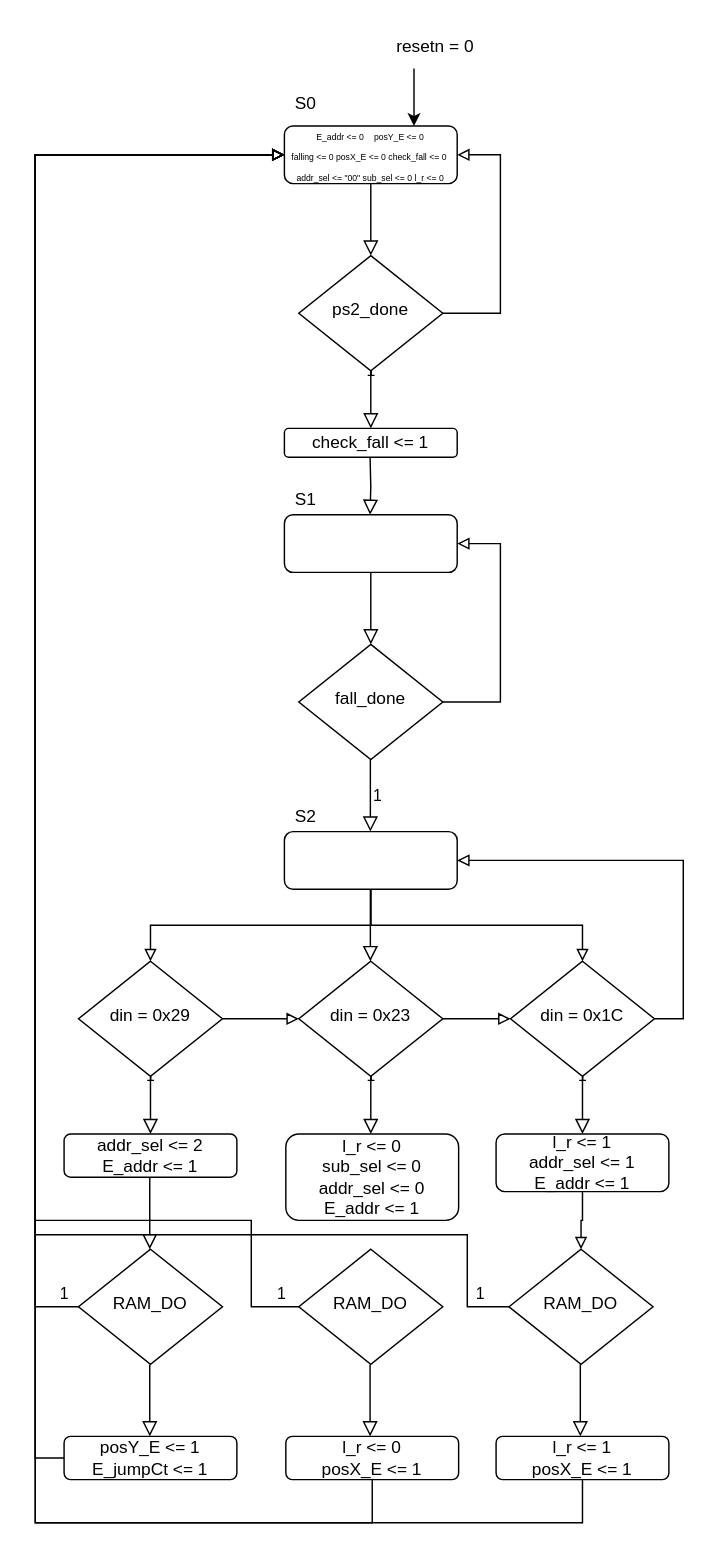
Above: physicsCircuitDiagrams/mainPHYFSM.drawio in jedikiks/ece2700-finalproject (draw.io), before the change. Source tidied: cells renumbered, new cells numbered last; positions are measured from the earlier drawing's top-left corner, leaving out a move shared by most shapes. Both pictures are drawn from the tidied source at 144%, with x=0, y=0 at pixel (35, 24).
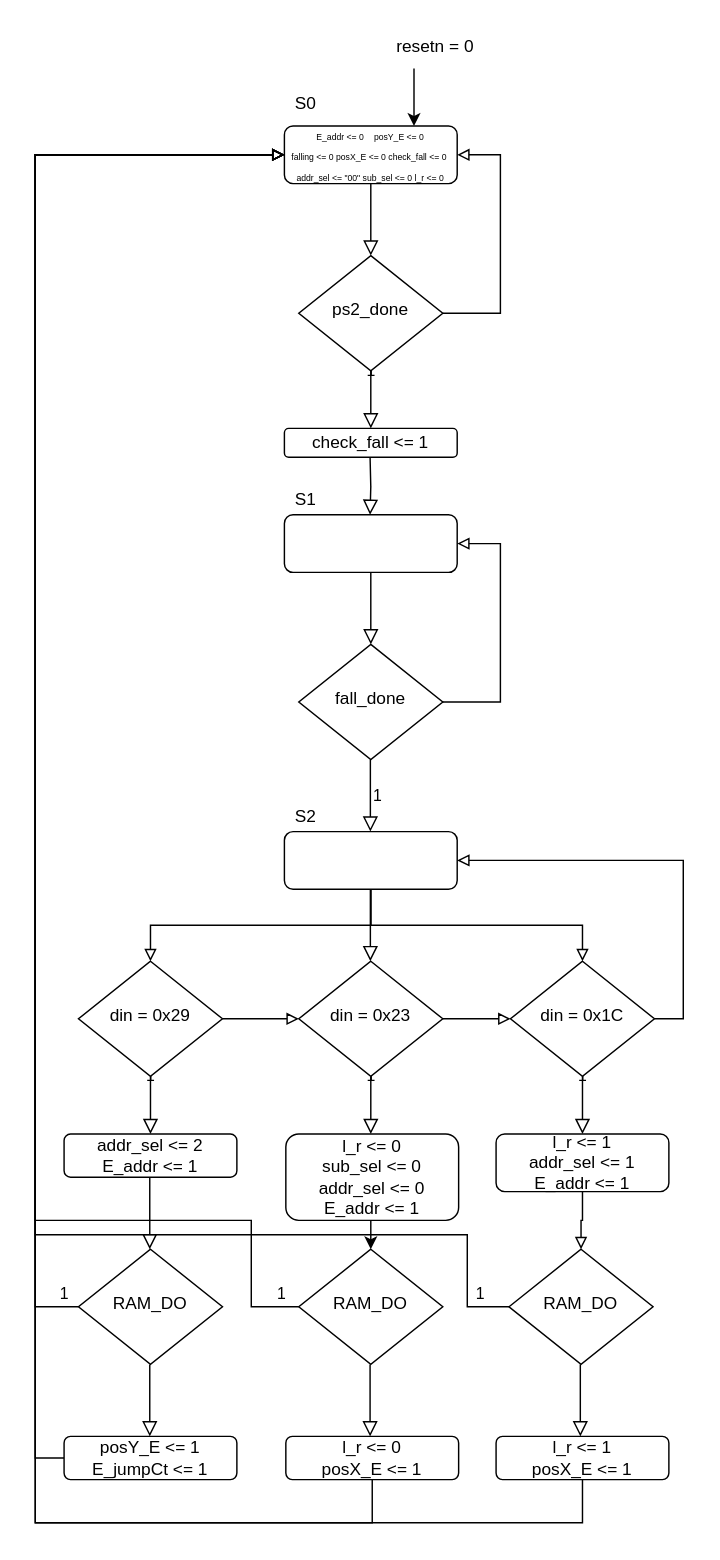
After the change.

The change refers to these unchanged cells:
```xml
<mxCell id="39" value="l_r &amp;lt;= 0&lt;br&gt;sub_sel &amp;lt;= 0&lt;br&gt;addr_sel &amp;lt;= 0&lt;br&gt;E_addr &amp;lt;= 1" style="rounded=1;whiteSpace=wrap;html=1;fontSize=12;glass=0;strokeWidth=1;shadow=0;" parent="1" vertex="1">
  <mxGeometry x="174" y="770" width="120" height="60" as="geometry" />
</mxCell>
<mxCell id="41" value="RAM_DO" style="rhombus;whiteSpace=wrap;html=1;shadow=0;fontFamily=Helvetica;fontSize=12;align=center;strokeWidth=1;spacing=6;spacingTop=-4;" parent="1" vertex="1">
  <mxGeometry x="183" y="850" width="100" height="80" as="geometry" />
</mxCell>
```

Diff of the diagram source:
```diff
@@
+    <mxCell id="52" style="edgeStyle=orthogonalEdgeStyle;rounded=0;jettySize=auto;html=1;exitX=0.5;exitY=1;exitDx=0;exitDy=0;entryX=0.5;entryY=0;entryDx=0;entryDy=0;" parent="1" edge="1" source="39" target="41">
+      <mxGeometry relative="1" as="geometry" />
+    </mxCell>
```
